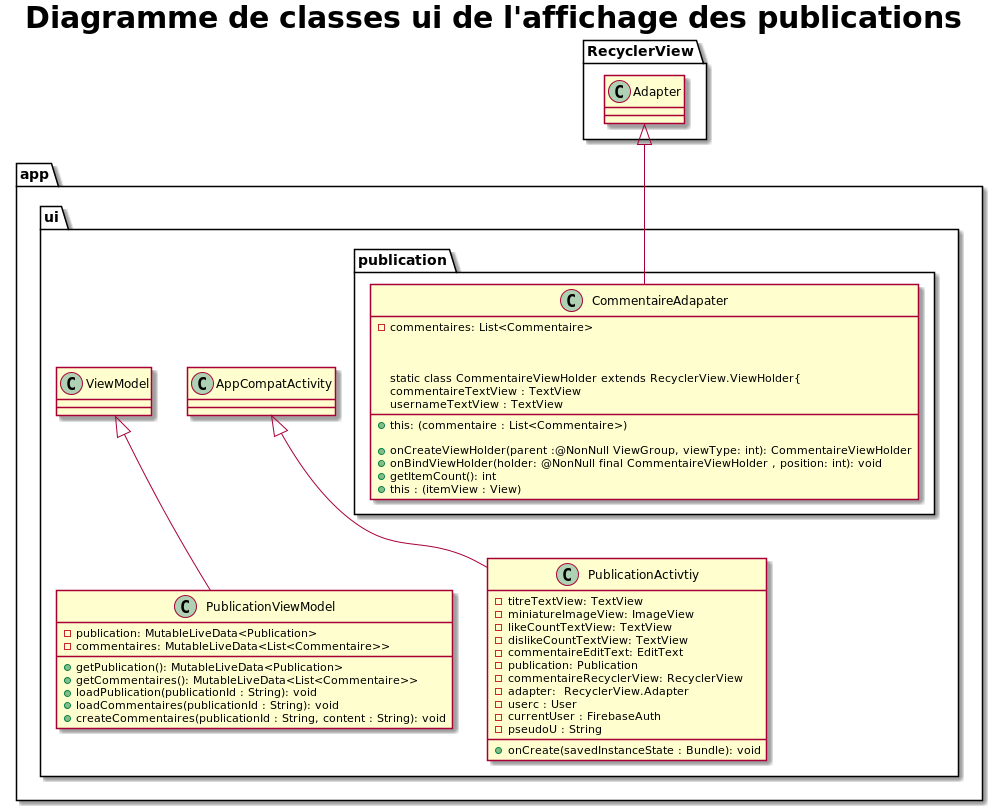
The PlantUML diagram app/docs/asciidoc/images/modelui7.png in SefkanTas/Sonofy, before a commit.
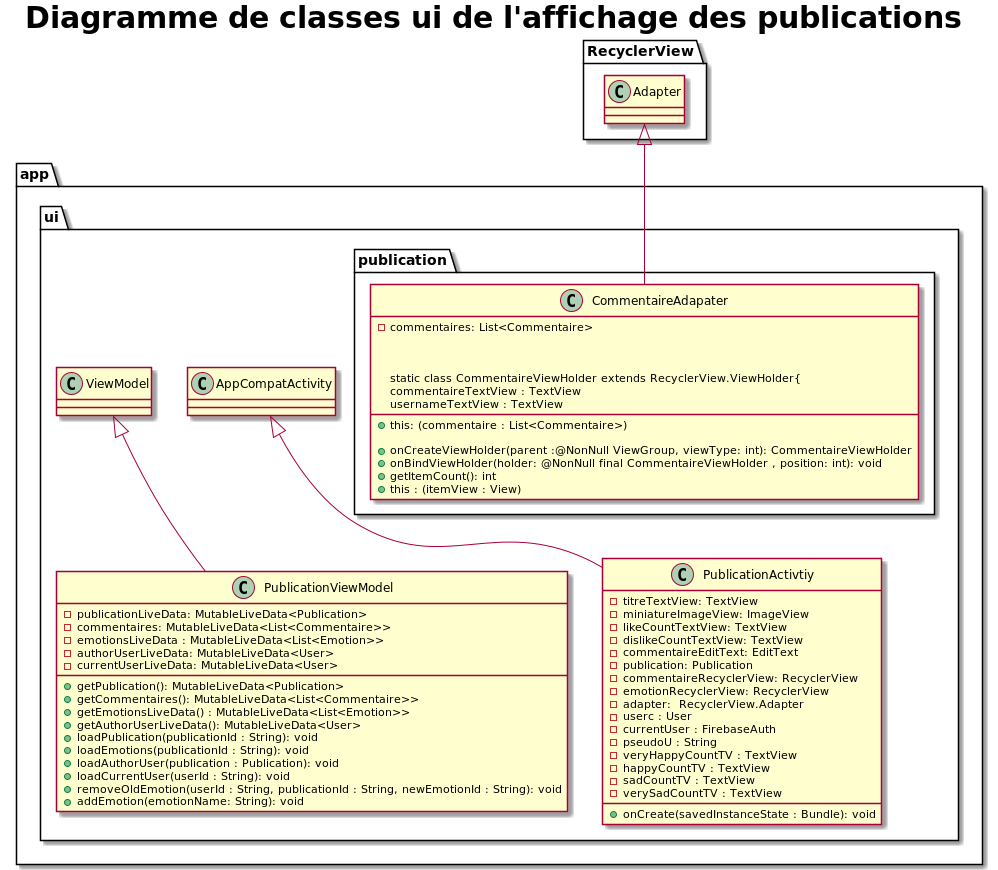
The same file after the commit.

The edit, as a diff of the source:
```diff
@@ -33,23 +33,36 @@
                  - commentaireEditText: EditText
                  - publication: Publication
                  - commentaireRecyclerView: RecyclerView
+                 - emotionRecyclerView: RecyclerView
                  - adapter:  RecyclerView.Adapter
                  - userc : User
                  - currentUser : FirebaseAuth
                  - pseudoU : String
+                 - veryHappyCountTV : TextView
+                 - happyCountTV : TextView
+                 - sadCountTV : TextView
+                 - verySadCountTV : TextView
 
                  + onCreate(savedInstanceState : Bundle): void
           }
 
           class PublicationViewModel extends ViewModel{
-              - publication: MutableLiveData<Publication>
+              - publicationLiveData: MutableLiveData<Publication>
               - commentaires: MutableLiveData<List<Commentaire>>
+              - emotionsLiveData : MutableLiveData<List<Emotion>>
+              - authorUserLiveData: MutableLiveData<User>
+              - currentUserLiveData: MutableLiveData<User>
 
               + getPublication(): MutableLiveData<Publication>
               + getCommentaires(): MutableLiveData<List<Commentaire>>
+              + getEmotionsLiveData() : MutableLiveData<List<Emotion>>
+              + getAuthorUserLiveData(): MutableLiveData<User>
               + loadPublication(publicationId : String): void
-              + loadCommentaires(publicationId : String): void
-              + createCommentaires(publicationId : String, content : String): void
+              + loadEmotions(publicationId : String): void
+              + loadAuthorUser(publication : Publication): void
+              + loadCurrentUser(userId : String): void
+              + removeOldEmotion(userId : String, publicationId : String, newEmotionId : String): void
+              + addEmotion(emotionName: String): void
           }
       }
    }
```
